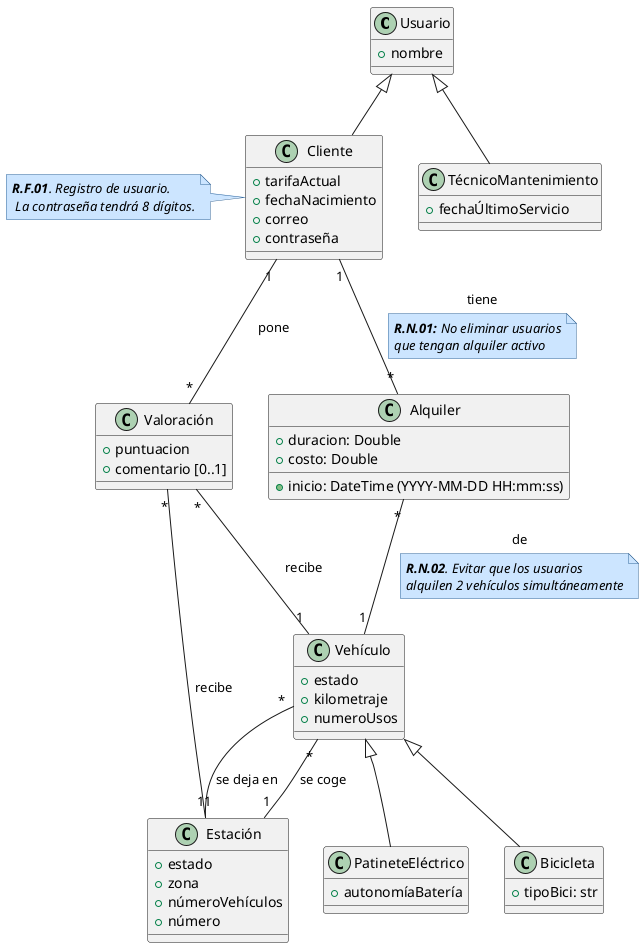
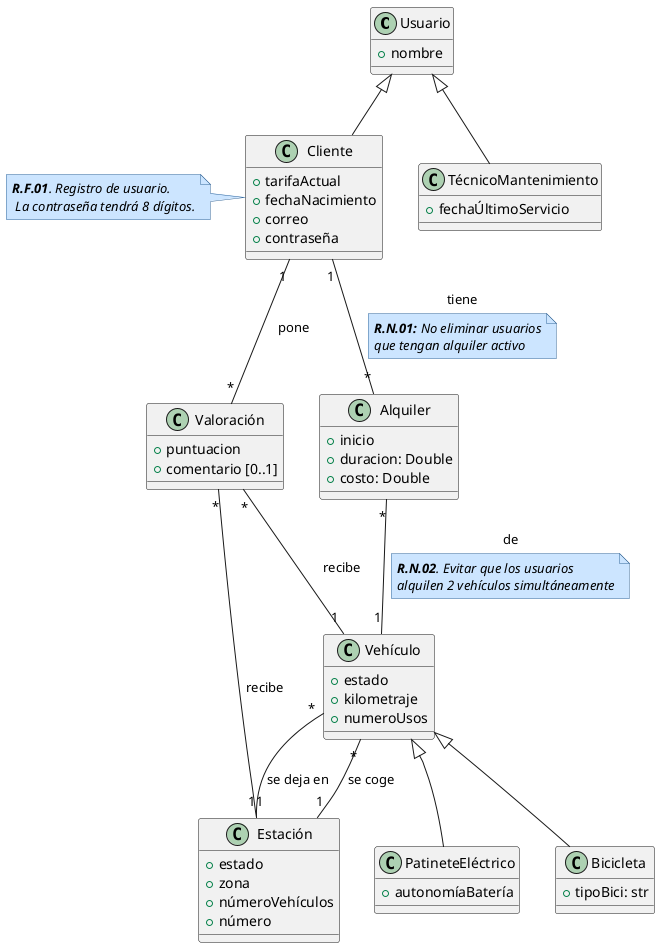
@startuml DiagramaClases

skinparam note {
  BackgroundColor #cce5ff
  BorderColor #336699
  FontStyle italic
}

class Usuario {
    +nombre
}

class Cliente {
    +tarifaActual
    +fechaNacimiento
    +correo
    +contraseña
}
note left:**R.F.01**. Registro de usuario. \n La contraseña tendrá 8 dígitos.

class TécnicoMantenimiento {
    +fechaÚltimoServicio
}

class Valoración {
    +puntuacion
    +comentario [0..1]
}

class Alquiler {
-     +inicio: DateTime (YYYY-MM-DD HH:mm:ss)
+     +inicio
    +duracion: Double
    +costo: Double
}

class Vehículo {
    +estado
    +kilometraje
    +numeroUsos
}

'Una estación se refiere a un enganche específico,'
'para decir a qué grupo de bicis pertenece se utiliza el atributo zona'
'Se ha puesto así para poder poner en qué enganche (estación) se encuentra'
'una bici específica, si no no se podría identificar la bici averiada por ejemplo.'

class Estación {
    +estado
    +zona
    +númeroVehículos
    +número
}

class Bicicleta {
    +tipoBici: str
}

class PatineteEléctrico {
    +autonomíaBatería
}

Usuario <|-- Cliente
Usuario <|-- TécnicoMantenimiento

'Relación directa valoraciones'
Cliente "1"--"*" Valoración : pone
Valoración "*"--"1" Vehículo : recibe
Valoración "*"--"1" Estación : recibe

Estación"1" -- "*"Vehículo : se coge
Vehículo"*" -- "1"Estación :se deja en

'Relacion de Alquileres'
Cliente "1"--"*"  Alquiler: tiene
'Requisitos seguidos de relacion a linkear'
note on link
  **R.N.01:** No eliminar usuarios
  que tengan alquiler activo
end note

Alquiler "*"--"1" Vehículo: de
note on link
    **R.N.02**. Evitar que los usuarios
    alquilen 2 vehículos simultáneamente
end note

Vehículo <|-- Bicicleta
Vehículo <|-- PatineteEléctrico


@enduml